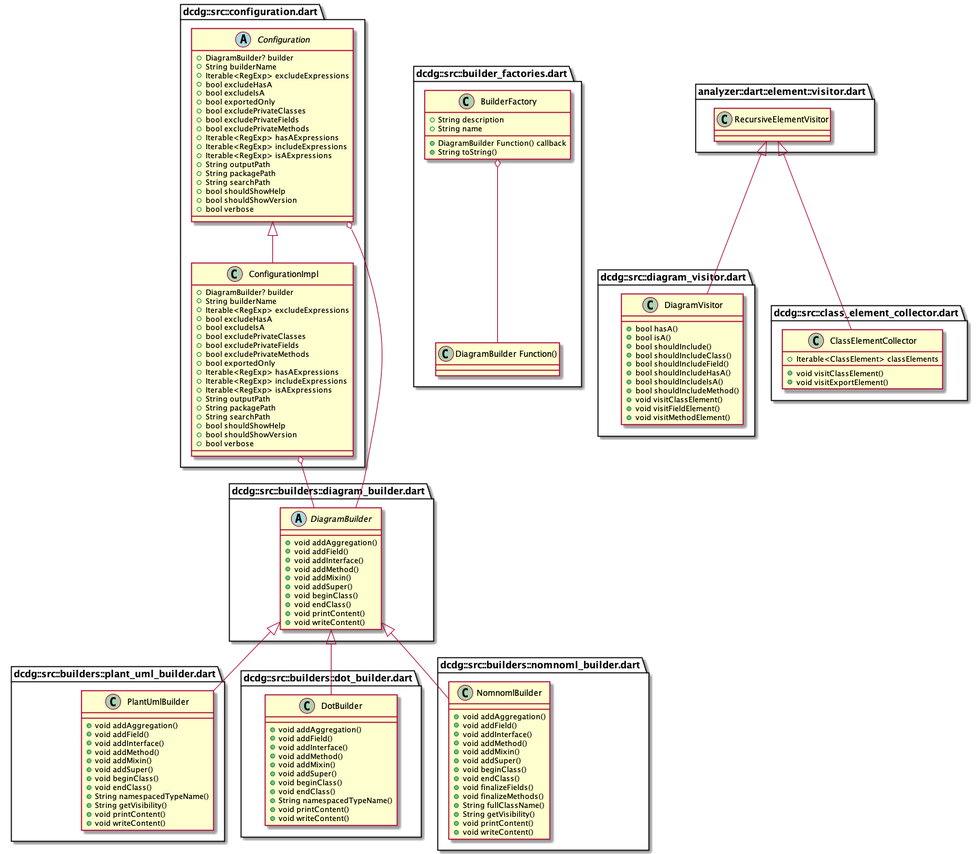
Above: example/dcdg.png in glesica/dcdg.dart (PlantUML), before the change.
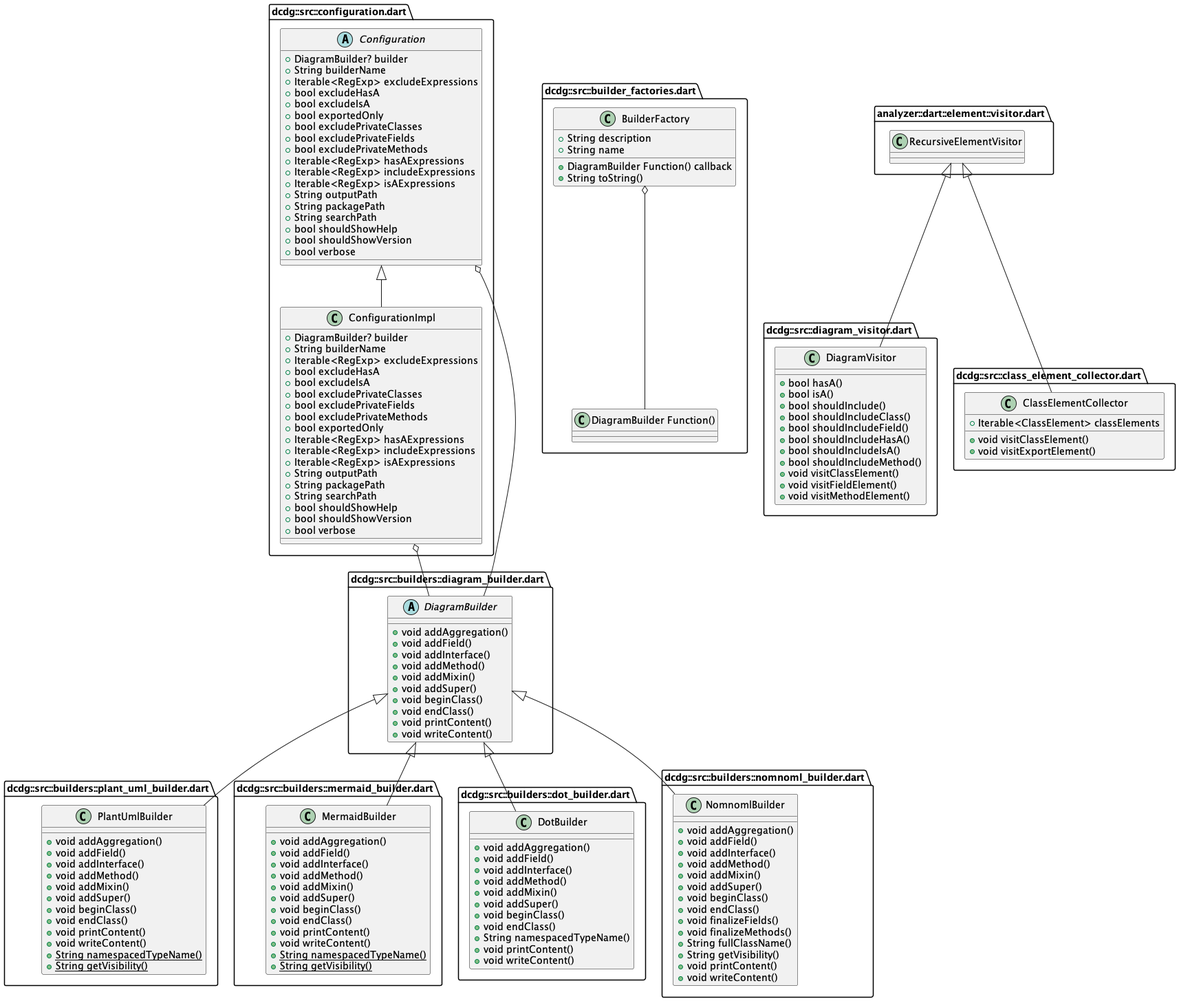
After the commit.

Diff of the diagram source:
```diff
@@ -10,13 +10,30 @@
   +void addSuper()
   +void beginClass()
   +void endClass()
-  +String namespacedTypeName()
-  +String getVisibility()
   +void printContent()
   +void writeContent()
+  {static} +String namespacedTypeName()
+  {static} +String getVisibility()
 }
 
 "dcdg::src::builders::diagram_builder.dart::DiagramBuilder" <|-- "dcdg::src::builders::plant_uml_builder.dart::PlantUmlBuilder"
+
+class "dcdg::src::builders::mermaid_builder.dart::MermaidBuilder" {
+  +void addAggregation()
+  +void addField()
+  +void addInterface()
+  +void addMethod()
+  +void addMixin()
+  +void addSuper()
+  +void beginClass()
+  +void endClass()
+  +void printContent()
+  +void writeContent()
+  {static} +String namespacedTypeName()
+  {static} +String getVisibility()
+}
+
+"dcdg::src::builders::diagram_builder.dart::DiagramBuilder" <|-- "dcdg::src::builders::mermaid_builder.dart::MermaidBuilder"
 
 class "dcdg::src::builders::dot_builder.dart::DotBuilder" {
   +void addAggregation()
```
